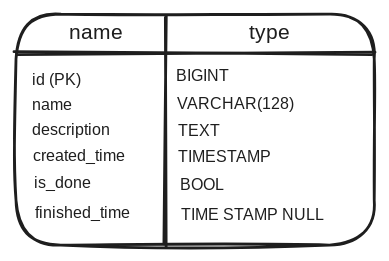
Above: docs/architecture-database.excalidraw.svg in rbx0o/go-todo-api (Excalidraw), before the change. Source tidied: one line per element, renumbered; positions are measured from the earlier drawing's top-left corner, leaving out a move shared by most shapes.
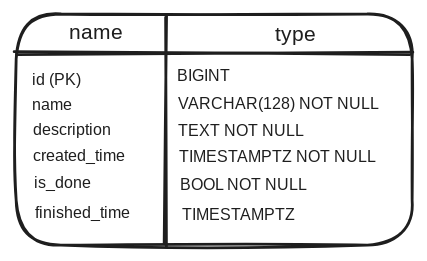
After the change.

The edit, as a diff of the source:
```diff
@@ -1,8 +1,8 @@
-{"id": 0, "type": "rectangle", "strokeColor": "#1e1e1e", "strokeWidth": 2, "roughness": 1, "round": true, "x": 0, "y": 0, "width": 256, "height": 165}
+{"id": 0, "type": "rectangle", "strokeColor": "#1e1e1e", "strokeWidth": 2, "roughness": 1, "round": true, "x": 0, "y": 0, "width": 283, "height": 165}
-{"id": 1, "type": "line", "strokeColor": "#1e1e1e", "strokeWidth": 2, "roughness": 1, "round": true, "x": 0, "y": 28, "width": 256, "height": 0, "points": [[0, 0], [256, 0]]}
+{"id": 1, "type": "line", "strokeColor": "#1e1e1e", "strokeWidth": 2, "roughness": 1, "round": true, "x": 0, "y": 28, "width": 283, "height": 0, "points": [[0, 0], [283, 0]]}
 {"id": 2, "type": "line", "strokeColor": "#1e1e1e", "strokeWidth": 2, "roughness": 1, "round": true, "x": 107, "y": 165, "width": 0, "height": 164, "points": [[0, 0], [0, -164]]}
 {"id": 3, "type": "text", "text": "name", "strokeColor": "#1e1e1e", "strokeWidth": 2, "roughness": 1, "fontSize": 14.89, "fontFamily": 5, "x": 38, "y": 5, "width": 34, "height": 19}
-{"id": 4, "type": "text", "text": "type", "strokeColor": "#1e1e1e", "strokeWidth": 2, "roughness": 1, "fontSize": 14.89, "fontFamily": 5, "x": 167, "y": 5, "width": 32, "height": 19}
+{"id": 4, "type": "text", "text": "type", "strokeColor": "#1e1e1e", "strokeWidth": 2, "roughness": 1, "fontSize": 14.89, "fontFamily": 5, "x": 185, "y": 6, "width": 32, "height": 19}
 {"id": 5, "type": "text", "text": "id (PK)", "strokeColor": "#1e1e1e", "strokeWidth": 2, "roughness": 1, "fontSize": 11.37, "fontFamily": 5, "x": 12, "y": 40, "width": 39, "height": 14}
 {"id": 6, "type": "text", "text": "name", "strokeColor": "#1e1e1e", "strokeWidth": 2, "roughness": 1, "fontSize": 11.37, "fontFamily": 5, "x": 12, "y": 59, "width": 26, "height": 14}
 {"id": 7, "type": "text", "text": "description", "strokeColor": "#1e1e1e", "strokeWidth": 2, "roughness": 1, "fontSize": 11.37, "fontFamily": 5, "x": 12, "y": 77, "width": 60, "height": 14}
@@ -10,8 +10,8 @@
 {"id": 9, "type": "text", "text": "is_done", "strokeColor": "#1e1e1e", "strokeWidth": 2, "roughness": 1, "fontSize": 11.37, "fontFamily": 5, "x": 14, "y": 114, "width": 42, "height": 14}
 {"id": 10, "type": "text", "text": "finished_time", "strokeColor": "#1e1e1e", "strokeWidth": 2, "roughness": 1, "fontSize": 11.37, "fontFamily": 5, "x": 14, "y": 136, "width": 73, "height": 14}
 {"id": 11, "type": "text", "text": "BIGINT", "strokeColor": "#1e1e1e", "strokeWidth": 2, "roughness": 1, "fontSize": 11.37, "fontFamily": 5, "x": 115, "y": 38, "width": 47, "height": 14}
-{"id": 12, "type": "text", "text": "VARCHAR(128)", "strokeColor": "#1e1e1e", "strokeWidth": 2, "roughness": 1, "fontSize": 11.37, "fontFamily": 5, "x": 116, "y": 58, "width": 81, "height": 14}
+{"id": 12, "type": "text", "text": "VARCHAR(128) NOT NULL", "strokeColor": "#1e1e1e", "strokeWidth": 2, "roughness": 1, "fontSize": 11.37, "fontFamily": 5, "x": 116, "y": 58, "width": 143, "height": 14}
-{"id": 13, "type": "text", "text": "TEXT", "strokeColor": "#1e1e1e", "strokeWidth": 2, "roughness": 1, "fontSize": 11.37, "fontFamily": 5, "x": 116, "y": 77, "width": 35, "height": 14}
+{"id": 13, "type": "text", "text": "TEXT NOT NULL", "strokeColor": "#1e1e1e", "strokeWidth": 2, "roughness": 1, "fontSize": 11.37, "fontFamily": 5, "x": 116, "y": 77, "width": 97, "height": 14}
-{"id": 14, "type": "text", "text": "TIMESTAMP", "strokeColor": "#1e1e1e", "strokeWidth": 2, "roughness": 1, "fontSize": 11.37, "fontFamily": 5, "x": 117, "y": 96, "width": 72, "height": 14}
+{"id": 14, "type": "text", "text": "TIMESTAMPTZ NOT NULL", "strokeColor": "#1e1e1e", "strokeWidth": 2, "roughness": 1, "fontSize": 11.37, "fontFamily": 5, "x": 117, "y": 96, "width": 153, "height": 14}
-{"id": 15, "type": "text", "text": "BOOL", "strokeColor": "#1e1e1e", "strokeWidth": 2, "roughness": 1, "fontSize": 11.37, "fontFamily": 5, "x": 118, "y": 116, "width": 32, "height": 14}
+{"id": 15, "type": "text", "text": "BOOL NOT NULL", "strokeColor": "#1e1e1e", "strokeWidth": 2, "roughness": 1, "fontSize": 11.37, "fontFamily": 5, "x": 118, "y": 116, "width": 95, "height": 14}
-{"id": 16, "type": "text", "text": "TIME STAMP NULL", "strokeColor": "#1e1e1e", "strokeWidth": 2, "roughness": 1, "fontSize": 11.37, "fontFamily": 5, "x": 119, "y": 137, "width": 109, "height": 14}
+{"id": 16, "type": "text", "text": "TIMESTAMPTZ", "strokeColor": "#1e1e1e", "strokeWidth": 2, "roughness": 1, "fontSize": 11.37, "fontFamily": 5, "x": 119, "y": 137, "width": 91, "height": 14}
```
